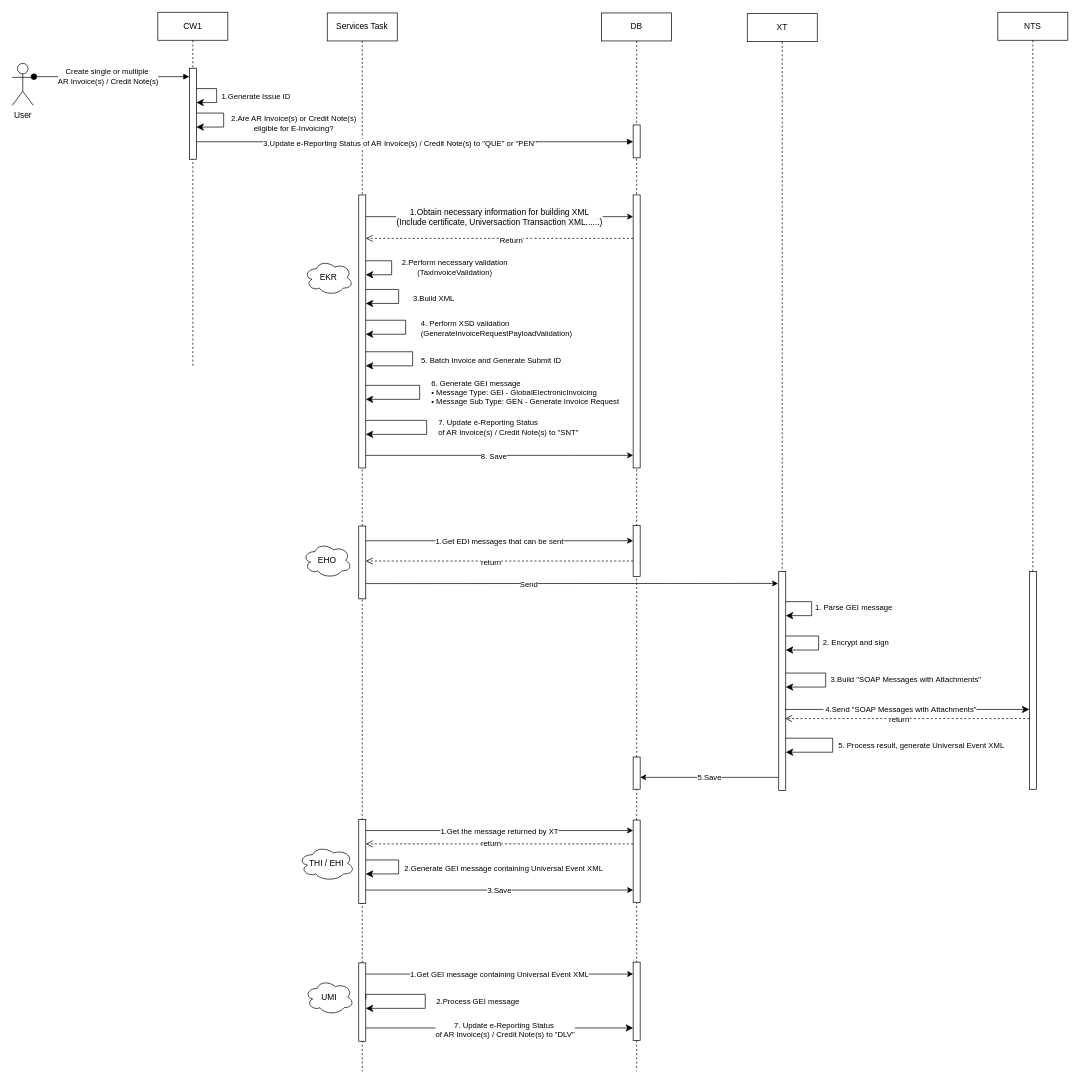
This is Step1.drawio from JingwenLi/MyTestProjects, a draw.io file, before an edit. Source tidied: cells renumbered, new cells numbered last; positions are measured from the earlier drawing's top-left corner, leaving out a move shared by most shapes. Both pictures are drawn from the tidied source at 70%, with x=0, y=0 at pixel (12, 12).
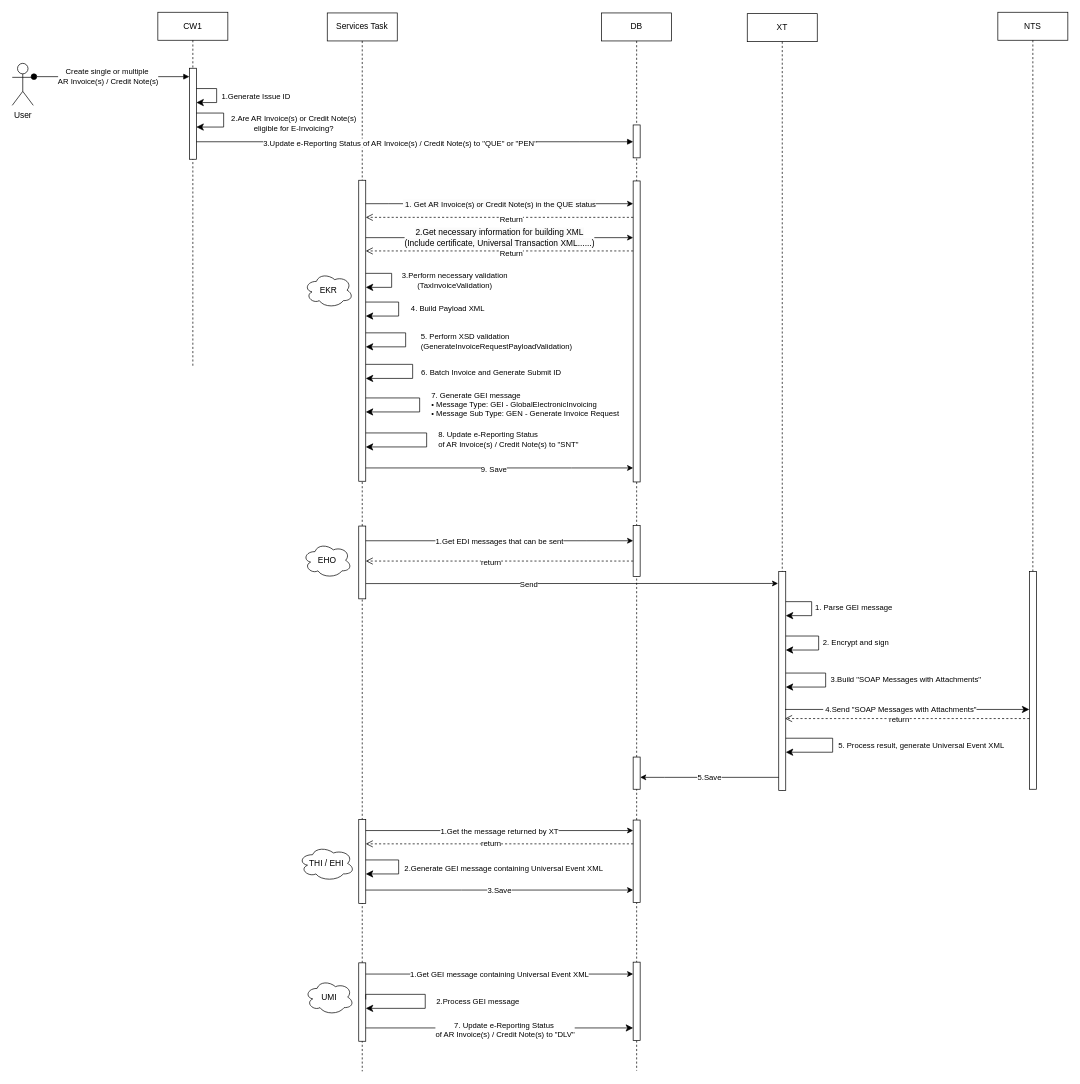
After the change.

The change refers to these unchanged cells:
```xml
<mxCell id="4" value="Services Task" style="shape=umlLifeline;perimeter=lifelinePerimeter;whiteSpace=wrap;html=1;newEdgeStyle={&quot;edgeStyle&quot;:&quot;elbowEdgeStyle&quot;,&quot;elbow&quot;:&quot;vertical&quot;,&quot;curved&quot;:0,&quot;rounded&quot;:0};" parent="1" vertex="1">
  <mxGeometry x="450" y="1" width="100" height="1512" as="geometry" />
</mxCell>
<mxCell id="20" value="DB" style="shape=umlLifeline;perimeter=lifelinePerimeter;whiteSpace=wrap;html=1;newEdgeStyle={&quot;edgeStyle&quot;:&quot;elbowEdgeStyle&quot;,&quot;elbow&quot;:&quot;vertical&quot;,&quot;curved&quot;:0,&quot;rounded&quot;:0};" parent="1" vertex="1">
  <mxGeometry x="842" y="1" width="100" height="1511" as="geometry" />
</mxCell>
```

Change to the diagram source:
```diff
@@
     <mxCell id="5" style="html=1;points=[];perimeter=orthogonalPerimeter;outlineConnect=0;targetShapes=umlLifeline;portConstraint=eastwest;newEdgeStyle={&quot;edgeStyle&quot;:&quot;elbowEdgeStyle&quot;,&quot;elbow&quot;:&quot;vertical&quot;,&quot;curved&quot;:0,&quot;rounded&quot;:0};" parent="4" vertex="1">
-      <mxGeometry x="45" y="260" width="10" height="390" as="geometry" />
+      <mxGeometry x="45" y="239" width="10" height="430" as="geometry" />
     </mxCell>
@@
-    <mxCell id="9" value="3.Build&amp;nbsp;XML" style="edgeStyle=segmentEdgeStyle;endArrow=classic;html=1;curved=0;rounded=0;endSize=8;startSize=8;" parent="4" edge="1">
-      <mxGeometry x="0.05" y="50" relative="1" as="geometry">
-        <mxPoint x="55" y="395" as="sourcePoint" />
-        <mxPoint x="55" y="415" as="targetPoint" />
+    <mxCell id="9" value="4. Build Payload XML" style="edgeStyle=segmentEdgeStyle;endArrow=classic;html=1;curved=0;rounded=0;endSize=8;startSize=8;" parent="4" edge="1">
+      <mxGeometry x="-0.02" y="70" relative="1" as="geometry">
+        <mxPoint x="55" y="413" as="sourcePoint" />
+        <mxPoint x="55" y="433" as="targetPoint" />
         <Array as="points">
-          <mxPoint x="102" y="395" />
-          <mxPoint x="102" y="415" />
+          <mxPoint x="102" y="413" />
+          <mxPoint x="102" y="433" />
         </Array>
       </mxGeometry>
     </mxCell>
-    <mxCell id="10" value="&lt;span style=&quot;color: rgb(0, 0, 0); font-family: Helvetica; font-size: 11px; font-style: normal; font-variant-ligatures: normal; font-variant-caps: normal; font-weight: 400; letter-spacing: normal; orphans: 2; text-align: center; text-indent: 0px; text-transform: none; widows: 2; word-spacing: 0px; -webkit-text-stroke-width: 0px; background-color: rgb(255, 255, 255); text-decoration-thickness: initial; text-decoration-style: initial; text-decoration-color: initial; float: none; display: inline !important;&quot;&gt;2.Perform necessary validation&lt;/span&gt;&lt;br&gt;(TaxInvoiceValidation)" style="edgeStyle=segmentEdgeStyle;endArrow=classic;html=1;curved=0;rounded=0;endSize=8;startSize=8;" parent="4" edge="1">
+    <mxCell id="10" value="&lt;span style=&quot;color: rgb(0, 0, 0); font-family: Helvetica; font-size: 11px; font-style: normal; font-variant-ligatures: normal; font-variant-caps: normal; font-weight: 400; letter-spacing: normal; orphans: 2; text-align: center; text-indent: 0px; text-transform: none; widows: 2; word-spacing: 0px; -webkit-text-stroke-width: 0px; background-color: rgb(255, 255, 255); text-decoration-thickness: initial; text-decoration-style: initial; text-decoration-color: initial; float: none; display: inline !important;&quot;&gt;3.Perform necessary validation&lt;/span&gt;&lt;br&gt;(TaxInvoiceValidation)" style="edgeStyle=segmentEdgeStyle;endArrow=classic;html=1;curved=0;rounded=0;endSize=8;startSize=8;" parent="4" edge="1">
       <mxGeometry y="90" relative="1" as="geometry">
-        <mxPoint x="55" y="354" as="sourcePoint" />
-        <mxPoint x="55" y="374" as="targetPoint" />
+        <mxPoint x="55" y="372" as="sourcePoint" />
+        <mxPoint x="55" y="392" as="targetPoint" />
         <Array as="points">
-          <mxPoint x="92" y="354" />
-          <mxPoint x="92" y="374" />
+          <mxPoint x="92" y="372" />
+          <mxPoint x="92" y="392" />
         </Array>
       </mxGeometry>
     </mxCell>
-    <mxCell id="11" value="4. Perform XSD validation&lt;br&gt;(GenerateInvoiceRequestPayloadValidation)" style="edgeStyle=segmentEdgeStyle;endArrow=classic;html=1;curved=0;rounded=0;endSize=8;startSize=8;align=left;" parent="4" edge="1">
+    <mxCell id="11" value="5. Perform XSD validation&lt;br&gt;(GenerateInvoiceRequestPayloadValidation)" style="edgeStyle=segmentEdgeStyle;endArrow=classic;html=1;curved=0;rounded=0;endSize=8;startSize=8;align=left;" parent="4" edge="1">
       <mxGeometry x="0.04" y="20" relative="1" as="geometry">
-        <mxPoint x="55" y="439" as="sourcePoint" />
-        <mxPoint x="55" y="459" as="targetPoint" />
+        <mxPoint x="55" y="457" as="sourcePoint" />
+        <mxPoint x="55" y="477" as="targetPoint" />
         <Array as="points">
-          <mxPoint x="112" y="439" />
-          <mxPoint x="112" y="459" />
+          <mxPoint x="112" y="457" />
+          <mxPoint x="112" y="477" />
         </Array>
         <mxPoint y="-1" as="offset" />
       </mxGeometry>
     </mxCell>
@@
-    <mxCell id="14" value="5. Batch Invoice and Generate Submit ID" style="edgeStyle=segmentEdgeStyle;endArrow=classic;html=1;curved=0;rounded=0;endSize=8;startSize=8;" parent="4" edge="1">
+    <mxCell id="14" value="6. Batch Invoice and Generate Submit ID" style="edgeStyle=segmentEdgeStyle;endArrow=classic;html=1;curved=0;rounded=0;endSize=8;startSize=8;" parent="4" edge="1">
       <mxGeometry x="0.03" y="112" relative="1" as="geometry">
-        <mxPoint x="55" y="484" as="sourcePoint" />
-        <mxPoint x="55" y="504.1" as="targetPoint" />
+        <mxPoint x="55" y="502" as="sourcePoint" />
+        <mxPoint x="55" y="522.1" as="targetPoint" />
         <Array as="points">
-          <mxPoint x="122" y="484" />
-          <mxPoint x="122" y="504" />
+          <mxPoint x="122" y="502" />
+          <mxPoint x="122" y="522" />
         </Array>
       </mxGeometry>
     </mxCell>
-    <mxCell id="15" value="6.&amp;nbsp;Generate GEI message&lt;div style=&quot;border-color: var(--border-color);&quot;&gt;• Message Type: GEI - GlobalElectronicInvoicing&lt;/div&gt;&lt;div style=&quot;border-color: var(--border-color);&quot;&gt;• Message Sub Type: GEN - Generate Invoice Request&lt;/div&gt;" style="edgeStyle=segmentEdgeStyle;endArrow=classic;html=1;curved=0;rounded=0;endSize=8;startSize=8;align=left;" parent="4" edge="1" source="5" target="5">
+    <mxCell id="15" value="7.&amp;nbsp;Generate GEI message&lt;div style=&quot;border-color: var(--border-color);&quot;&gt;• Message Type: GEI - GlobalElectronicInvoicing&lt;/div&gt;&lt;div style=&quot;border-color: var(--border-color);&quot;&gt;• Message Sub Type: GEN - Generate Invoice Request&lt;/div&gt;" style="edgeStyle=segmentEdgeStyle;endArrow=classic;html=1;curved=0;rounded=0;endSize=8;startSize=8;align=left;" parent="4" edge="1">
       <mxGeometry y="15" relative="1" as="geometry">
+        <mxPoint x="55" y="550" as="sourcePoint" />
+        <mxPoint x="55" y="570" as="targetPoint" />
         <Array as="points">
-          <mxPoint x="132" y="532" />
-          <mxPoint x="132" y="552" />
+          <mxPoint x="132" y="550" />
+          <mxPoint x="132" y="570" />
         </Array>
       </mxGeometry>
     </mxCell>
-    <mxCell id="16" value="7. Update e-Reporting Status&amp;nbsp;&lt;br&gt;&lt;span style=&quot;text-align: center;&quot;&gt;of AR Invoice(s) / Credit Note(s)&amp;nbsp;&lt;/span&gt;&lt;span style=&quot;text-align: center;&quot;&gt;to &quot;SNT&quot;&lt;/span&gt;" style="edgeStyle=segmentEdgeStyle;endArrow=classic;html=1;curved=0;rounded=0;endSize=8;startSize=8;align=left;" parent="4" edge="1" source="5" target="5">
+    <mxCell id="16" value="8. Update e-Reporting Status&amp;nbsp;&lt;br&gt;&lt;span style=&quot;text-align: center;&quot;&gt;of AR Invoice(s) / Credit Note(s)&amp;nbsp;&lt;/span&gt;&lt;span style=&quot;text-align: center;&quot;&gt;to &quot;SNT&quot;&lt;/span&gt;" style="edgeStyle=segmentEdgeStyle;endArrow=classic;html=1;curved=0;rounded=0;endSize=8;startSize=8;align=left;" parent="4" edge="1">
       <mxGeometry y="15" relative="1" as="geometry">
+        <mxPoint x="55" y="600" as="sourcePoint" />
+        <mxPoint x="55" y="620" as="targetPoint" />
         <Array as="points">
-          <mxPoint x="142" y="582" />
-          <mxPoint x="142" y="602" />
+          <mxPoint x="142" y="600" />
+          <mxPoint x="142" y="620" />
         </Array>
       </mxGeometry>
     </mxCell>
@@
     <mxCell id="26" style="html=1;points=[];perimeter=orthogonalPerimeter;outlineConnect=0;targetShapes=umlLifeline;portConstraint=eastwest;newEdgeStyle={&quot;edgeStyle&quot;:&quot;elbowEdgeStyle&quot;,&quot;elbow&quot;:&quot;vertical&quot;,&quot;curved&quot;:0,&quot;rounded&quot;:0};" parent="20" vertex="1">
-      <mxGeometry x="45" y="260" width="10" height="390" as="geometry" />
+      <mxGeometry x="45" y="240" width="10" height="430" as="geometry" />
     </mxCell>
@@
     <mxCell id="39" value="EKR" style="ellipse;shape=cloud;whiteSpace=wrap;html=1;" parent="1" vertex="1">
-      <mxGeometry x="417" y="354" width="70" height="50" as="geometry" />
+      <mxGeometry x="417" y="372" width="70" height="50" as="geometry" />
     </mxCell>
@@
     <mxCell id="43" style="edgeStyle=elbowEdgeStyle;rounded=0;orthogonalLoop=1;jettySize=auto;html=1;elbow=vertical;curved=0;" parent="1" edge="1">
       <mxGeometry x="0.12" y="10" relative="1" as="geometry">
-        <mxPoint x="505" y="292" as="sourcePoint" />
-        <mxPoint x="887" y="292" as="targetPoint" />
+        <mxPoint x="505" y="322" as="sourcePoint" />
+        <mxPoint x="887" y="322" as="targetPoint" />
         <Array as="points">
-          <mxPoint x="831" y="292" />
-          <mxPoint x="541" y="312" />
-          <mxPoint x="801" y="322" />
-          <mxPoint x="661" y="342" />
-          <mxPoint x="761" y="442" />
-          <mxPoint x="801" y="462" />
-          <mxPoint x="821" y="372" />
-          <mxPoint x="801" y="392" />
-          <mxPoint x="836" y="332" />
-          <mxPoint x="796" y="322" />
-          <mxPoint x="596" y="272" />
-          <mxPoint x="626" y="262" />
+          <mxPoint x="831" y="322" />
+          <mxPoint x="541" y="342" />
+          <mxPoint x="801" y="352" />
+          <mxPoint x="661" y="372" />
+          <mxPoint x="761" y="472" />
+          <mxPoint x="801" y="492" />
+          <mxPoint x="821" y="402" />
+          <mxPoint x="801" y="422" />
+          <mxPoint x="836" y="362" />
+          <mxPoint x="796" y="352" />
+          <mxPoint x="596" y="302" />
+          <mxPoint x="626" y="292" />
         </Array>
       </mxGeometry>
     </mxCell>
-    <mxCell id="44" value="&lt;span style=&quot;color: rgb(0, 0, 0); font-family: Helvetica; font-size: 12px; font-style: normal; font-variant-ligatures: normal; font-variant-caps: normal; font-weight: 400; letter-spacing: normal; orphans: 2; text-align: center; text-indent: 0px; text-transform: none; widows: 2; word-spacing: 0px; -webkit-text-stroke-width: 0px; background-color: rgb(251, 251, 251); text-decoration-thickness: initial; text-decoration-style: initial; text-decoration-color: initial; float: none; display: inline !important;&quot;&gt;1.Obtain necessary&amp;nbsp;information for building XML&lt;br&gt;(Include certificate, Universaction Transaction XML......)&lt;br&gt;&lt;/span&gt;" style="edgeLabel;html=1;align=center;verticalAlign=middle;" parent="43" vertex="1">
+    <mxCell id="44" value="&lt;span style=&quot;color: rgb(0, 0, 0); font-family: Helvetica; font-size: 12px; font-style: normal; font-variant-ligatures: normal; font-variant-caps: normal; font-weight: 400; letter-spacing: normal; orphans: 2; text-align: center; text-indent: 0px; text-transform: none; widows: 2; word-spacing: 0px; -webkit-text-stroke-width: 0px; background-color: rgb(251, 251, 251); text-decoration-thickness: initial; text-decoration-style: initial; text-decoration-color: initial; float: none; display: inline !important;&quot;&gt;2.Get necessary&amp;nbsp;information for building XML&lt;br&gt;(Include certificate, Universal Transaction XML......)&lt;br&gt;&lt;/span&gt;" style="edgeLabel;html=1;align=center;verticalAlign=middle;" parent="43" vertex="1">
       <mxGeometry x="-0.04" y="1" relative="1" as="geometry">
-        <mxPoint x="7" y="1" as="offset" />
+        <mxPoint x="7" as="offset" />
       </mxGeometry>
     </mxCell>
-    <mxCell id="45" style="html=1;verticalAlign=bottom;endArrow=open;dashed=1;endSize=8;edgeStyle=elbowEdgeStyle;elbow=vertical;curved=0;rounded=0;" parent="1" edge="1" source="26" target="5">
+    <mxCell id="45" style="html=1;verticalAlign=bottom;endArrow=open;dashed=1;endSize=8;edgeStyle=elbowEdgeStyle;elbow=vertical;curved=0;rounded=0;" parent="1" edge="1">
       <mxGeometry x="0.02" y="4" relative="1" as="geometry">
+        <mxPoint x="887" y="341" as="sourcePoint" />
+        <mxPoint x="505" y="341" as="targetPoint" />
         <Array as="points">
-          <mxPoint x="742" y="323" />
+          <mxPoint x="742" y="341" />
         </Array>
       </mxGeometry>
     </mxCell>
@@
-    <mxCell id="67" style="edgeStyle=elbowEdgeStyle;rounded=0;jettySize=auto;html=1;elbow=vertical;curved=0;" parent="1" edge="1" source="5" target="26">
+    <mxCell id="67" style="edgeStyle=elbowEdgeStyle;rounded=0;orthogonalLoop=1;jettySize=auto;html=1;elbow=vertical;curved=0;" parent="1" edge="1">
       <mxGeometry relative="1" as="geometry">
+        <mxPoint x="505" y="651" as="sourcePoint" />
+        <mxPoint x="887" y="651" as="targetPoint" />
         <Array as="points">
-          <mxPoint x="799" y="633" />
-          <mxPoint x="847" y="630" />
-          <mxPoint x="738" y="691" />
-          <mxPoint x="788" y="729" />
-          <mxPoint x="748" y="709" />
-          <mxPoint x="788" y="729" />
-          <mxPoint x="808" y="639" />
-          <mxPoint x="788" y="659" />
-          <mxPoint x="823" y="599" />
-          <mxPoint x="783" y="589" />
-          <mxPoint x="583" y="539" />
-          <mxPoint x="613" y="529" />
+          <mxPoint x="799" y="651" />
+          <mxPoint x="847" y="648" />
+          <mxPoint x="738" y="709" />
+          <mxPoint x="788" y="747" />
+          <mxPoint x="748" y="727" />
+          <mxPoint x="788" y="747" />
+          <mxPoint x="808" y="657" />
+          <mxPoint x="788" y="677" />
+          <mxPoint x="823" y="617" />
+          <mxPoint x="783" y="607" />
+          <mxPoint x="583" y="557" />
+          <mxPoint x="613" y="547" />
         </Array>
       </mxGeometry>
     </mxCell>
-    <mxCell id="68" value="8. Save" style="edgeLabel;html=1;align=center;verticalAlign=middle;" parent="67" vertex="1">
+    <mxCell id="68" value="9. Save" style="edgeLabel;html=1;align=center;verticalAlign=middle;" parent="67" vertex="1">
       <mxGeometry x="-0.04" y="1" relative="1" as="geometry">
         <mxPoint x="-1" y="2" as="offset" />
       </mxGeometry>
     </mxCell>
+    <mxCell id="69" style="edgeStyle=elbowEdgeStyle;rounded=0;jettySize=auto;html=1;elbow=vertical;curved=0;" parent="1" edge="1" source="5" target="26">
+      <mxGeometry x="0.12" y="10" relative="1" as="geometry">
+        <Array as="points">
+          <mxPoint x="538" y="273.5" />
+          <mxPoint x="798" y="283.5" />
+          <mxPoint x="658" y="303.5" />
+          <mxPoint x="758" y="403.5" />
+          <mxPoint x="798" y="423.5" />
+          <mxPoint x="818" y="333.5" />
+          <mxPoint x="798" y="353.5" />
+          <mxPoint x="833" y="293.5" />
+          <mxPoint x="793" y="283.5" />
+          <mxPoint x="593" y="233.5" />
+          <mxPoint x="623" y="223.5" />
+        </Array>
+      </mxGeometry>
+    </mxCell>
+    <mxCell id="70" value="&lt;span style=&quot;orphans: 2; text-align: center; text-indent: 0px; widows: 2; background-color: rgb(251, 251, 251); text-decoration-thickness: initial; text-decoration-style: initial; text-decoration-color: initial; float: none; display: inline !important;&quot;&gt;&amp;nbsp;1. Get&amp;nbsp;AR Invoice(s) or Credit Note(s) in the QUE status&lt;br&gt;&lt;/span&gt;" style="edgeLabel;html=1;align=center;verticalAlign=middle;" parent="69" vertex="1">
+      <mxGeometry x="-0.04" y="1" relative="1" as="geometry">
+        <mxPoint x="7" y="1" as="offset" />
+      </mxGeometry>
+    </mxCell>
+    <mxCell id="71" style="html=1;verticalAlign=bottom;endArrow=open;dashed=1;endSize=8;edgeStyle=elbowEdgeStyle;elbow=vertical;curved=0;rounded=0;" parent="1" edge="1" source="26" target="5">
+      <mxGeometry x="0.02" y="4" relative="1" as="geometry">
+        <Array as="points">
+          <mxPoint x="772" y="293" />
+          <mxPoint x="752" y="351" />
+        </Array>
+      </mxGeometry>
+    </mxCell>
+    <mxCell id="72" value="Return" style="edgeLabel;html=1;align=center;verticalAlign=middle;" parent="71" vertex="1">
+      <mxGeometry x="-0.08" y="2" relative="1" as="geometry">
+        <mxPoint x="1" as="offset" />
+      </mxGeometry>
+    </mxCell>
```
